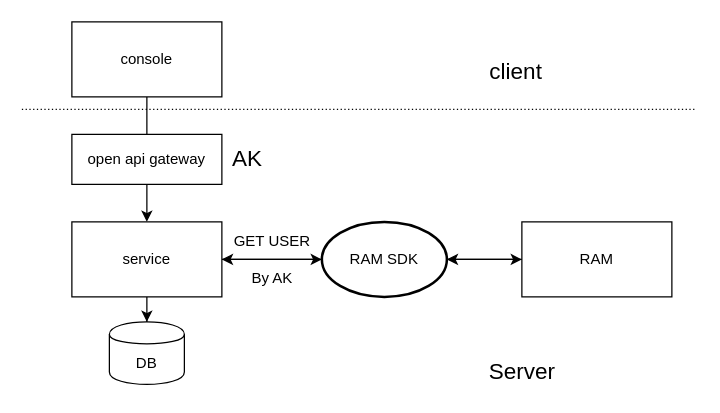
chenkangzeng/appstreaming keeps this draw.io diagram as ram_flow.drawio. Above is the earlier version. Source tidied: cells renumbered, new cells numbered last; positions are measured from the earlier drawing's top-left corner, leaving out a move shared by most shapes. Both pictures are drawn from the tidied source at 125%, with x=0, y=0 at pixel (21, 21).
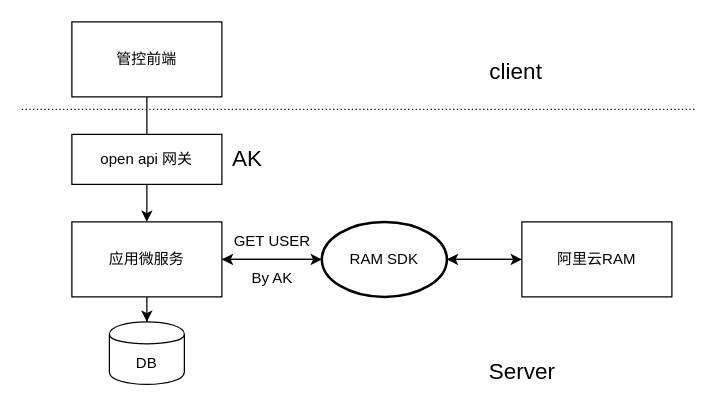
Above is the later version.

The edit, as a diff of the source:
```diff
@@
-    <mxCell id="3" value="console" style="rounded=0;whiteSpace=wrap;html=1;" parent="1" vertex="1">
+    <mxCell id="3" value="管控前端" style="rounded=0;whiteSpace=wrap;html=1;" parent="1" vertex="1">
       <mxGeometry x="40" width="120" height="60" as="geometry" />
     </mxCell>
-    <mxCell id="4" value="open api gateway" style="rounded=0;whiteSpace=wrap;html=1;" parent="1" vertex="1">
+    <mxCell id="4" value="open api 网关" style="rounded=0;whiteSpace=wrap;html=1;" parent="1" vertex="1">
       <mxGeometry x="40" y="90" width="120" height="40" as="geometry" />
     </mxCell>
@@
-    <mxCell id="7" value="service" style="rounded=0;whiteSpace=wrap;html=1;" parent="1" vertex="1">
+    <mxCell id="7" value="应用微服务" style="rounded=0;whiteSpace=wrap;html=1;" parent="1" vertex="1">
       <mxGeometry x="40" y="160" width="120" height="60" as="geometry" />
     </mxCell>
@@
-    <mxCell id="9" value="RAM" style="rounded=0;whiteSpace=wrap;html=1;" parent="1" vertex="1">
+    <mxCell id="9" value="阿里云RAM" style="rounded=0;whiteSpace=wrap;html=1;" parent="1" vertex="1">
       <mxGeometry x="400" y="160" width="120" height="60" as="geometry" />
     </mxCell>
```
